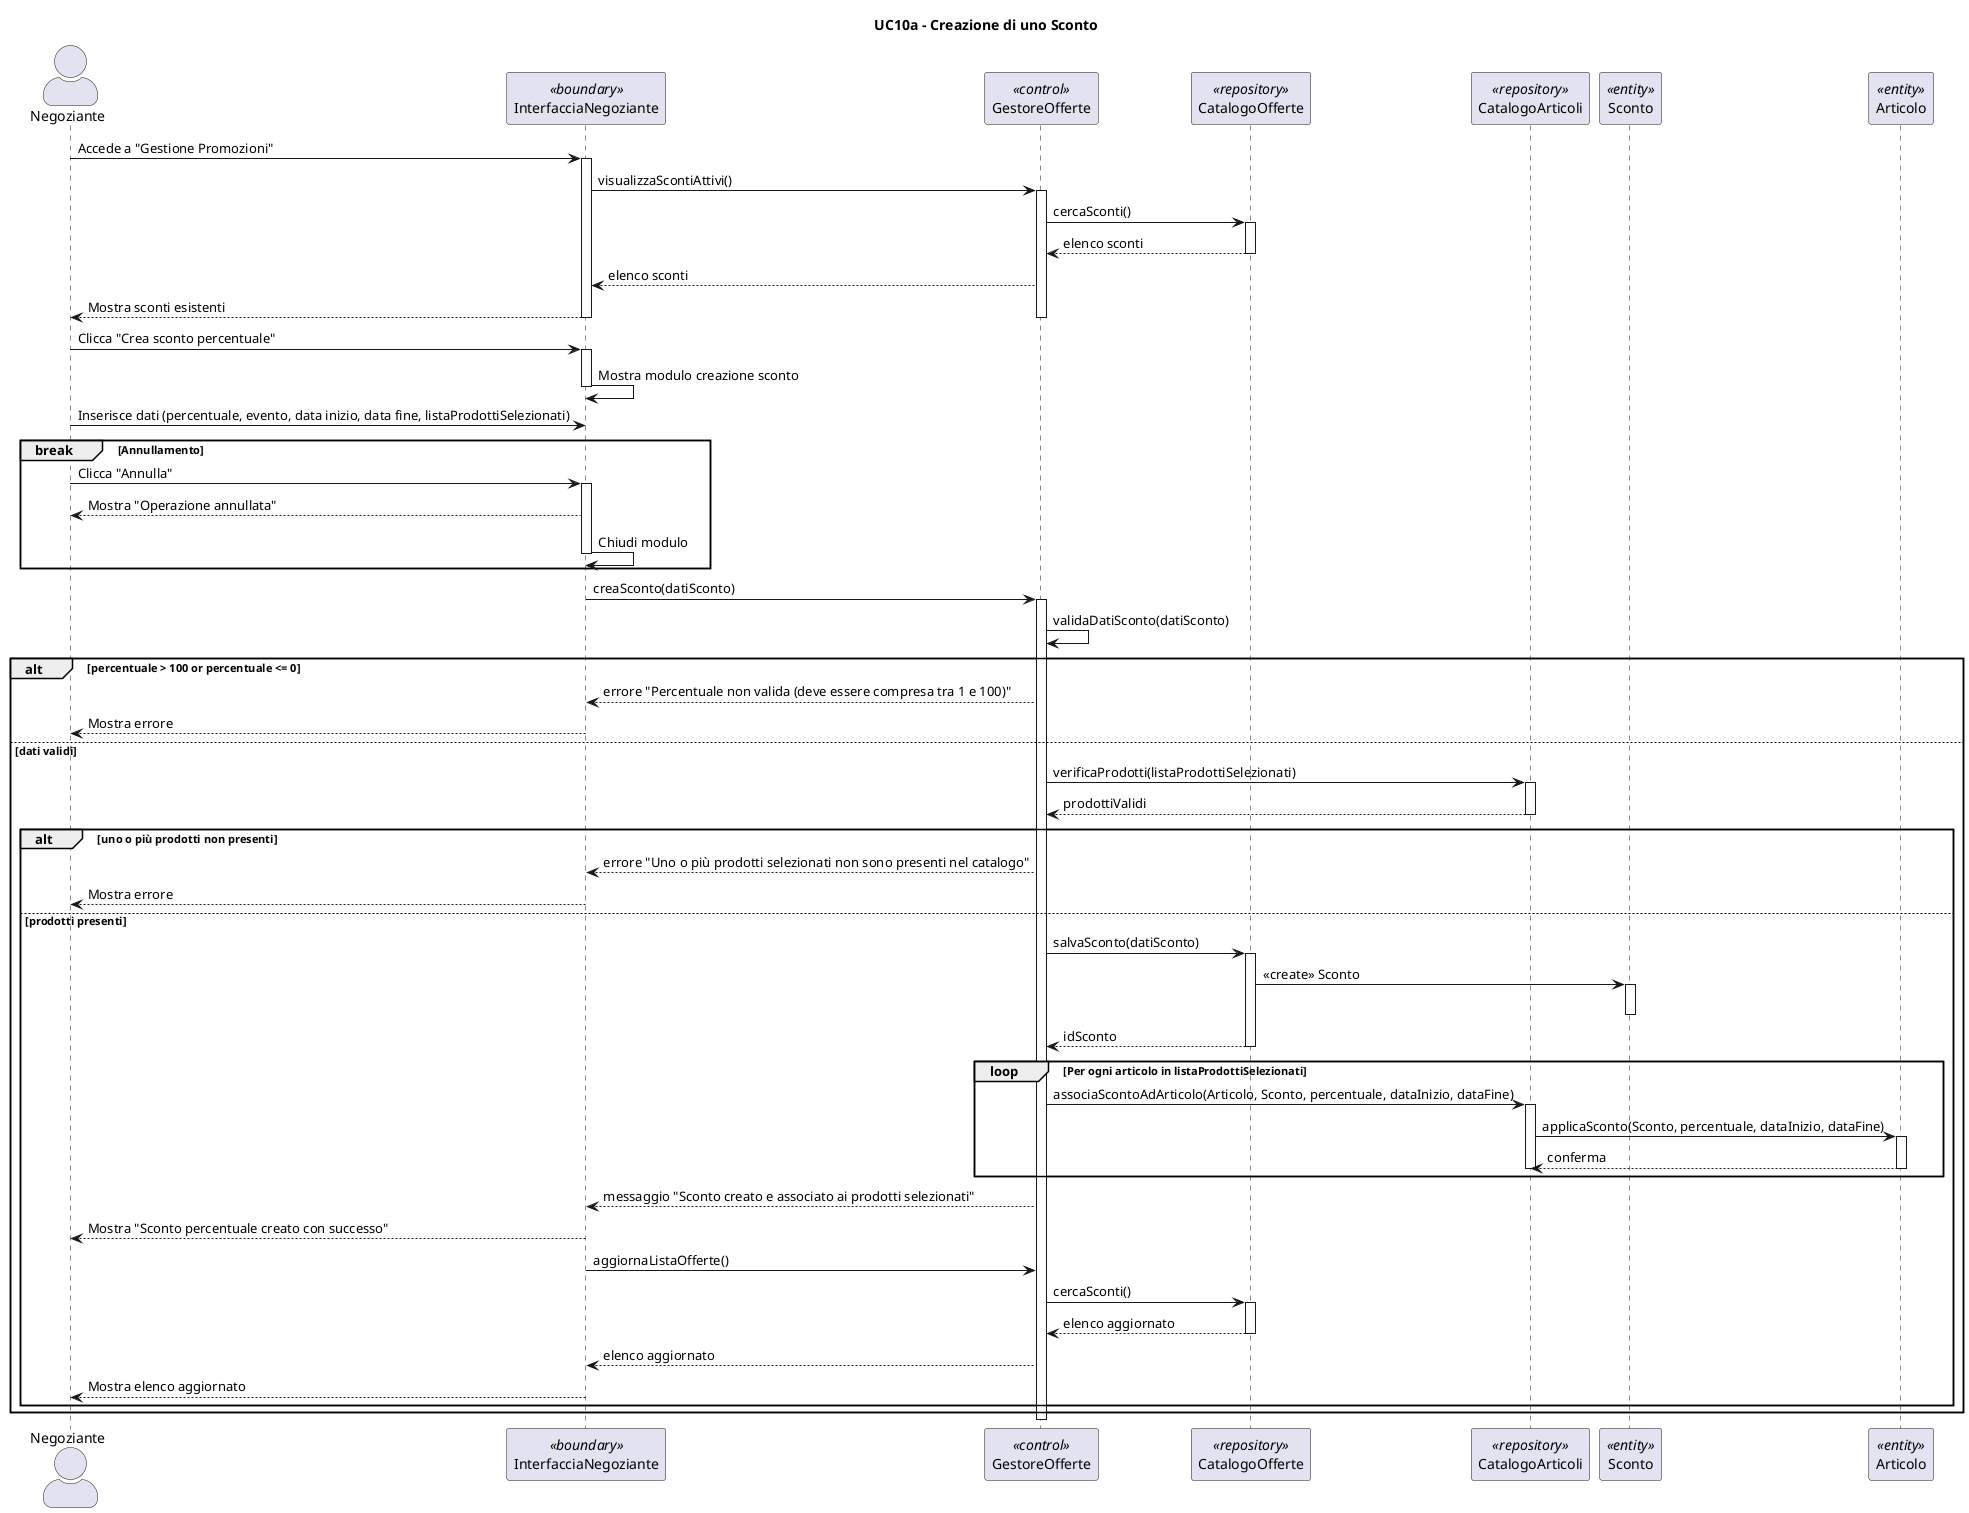
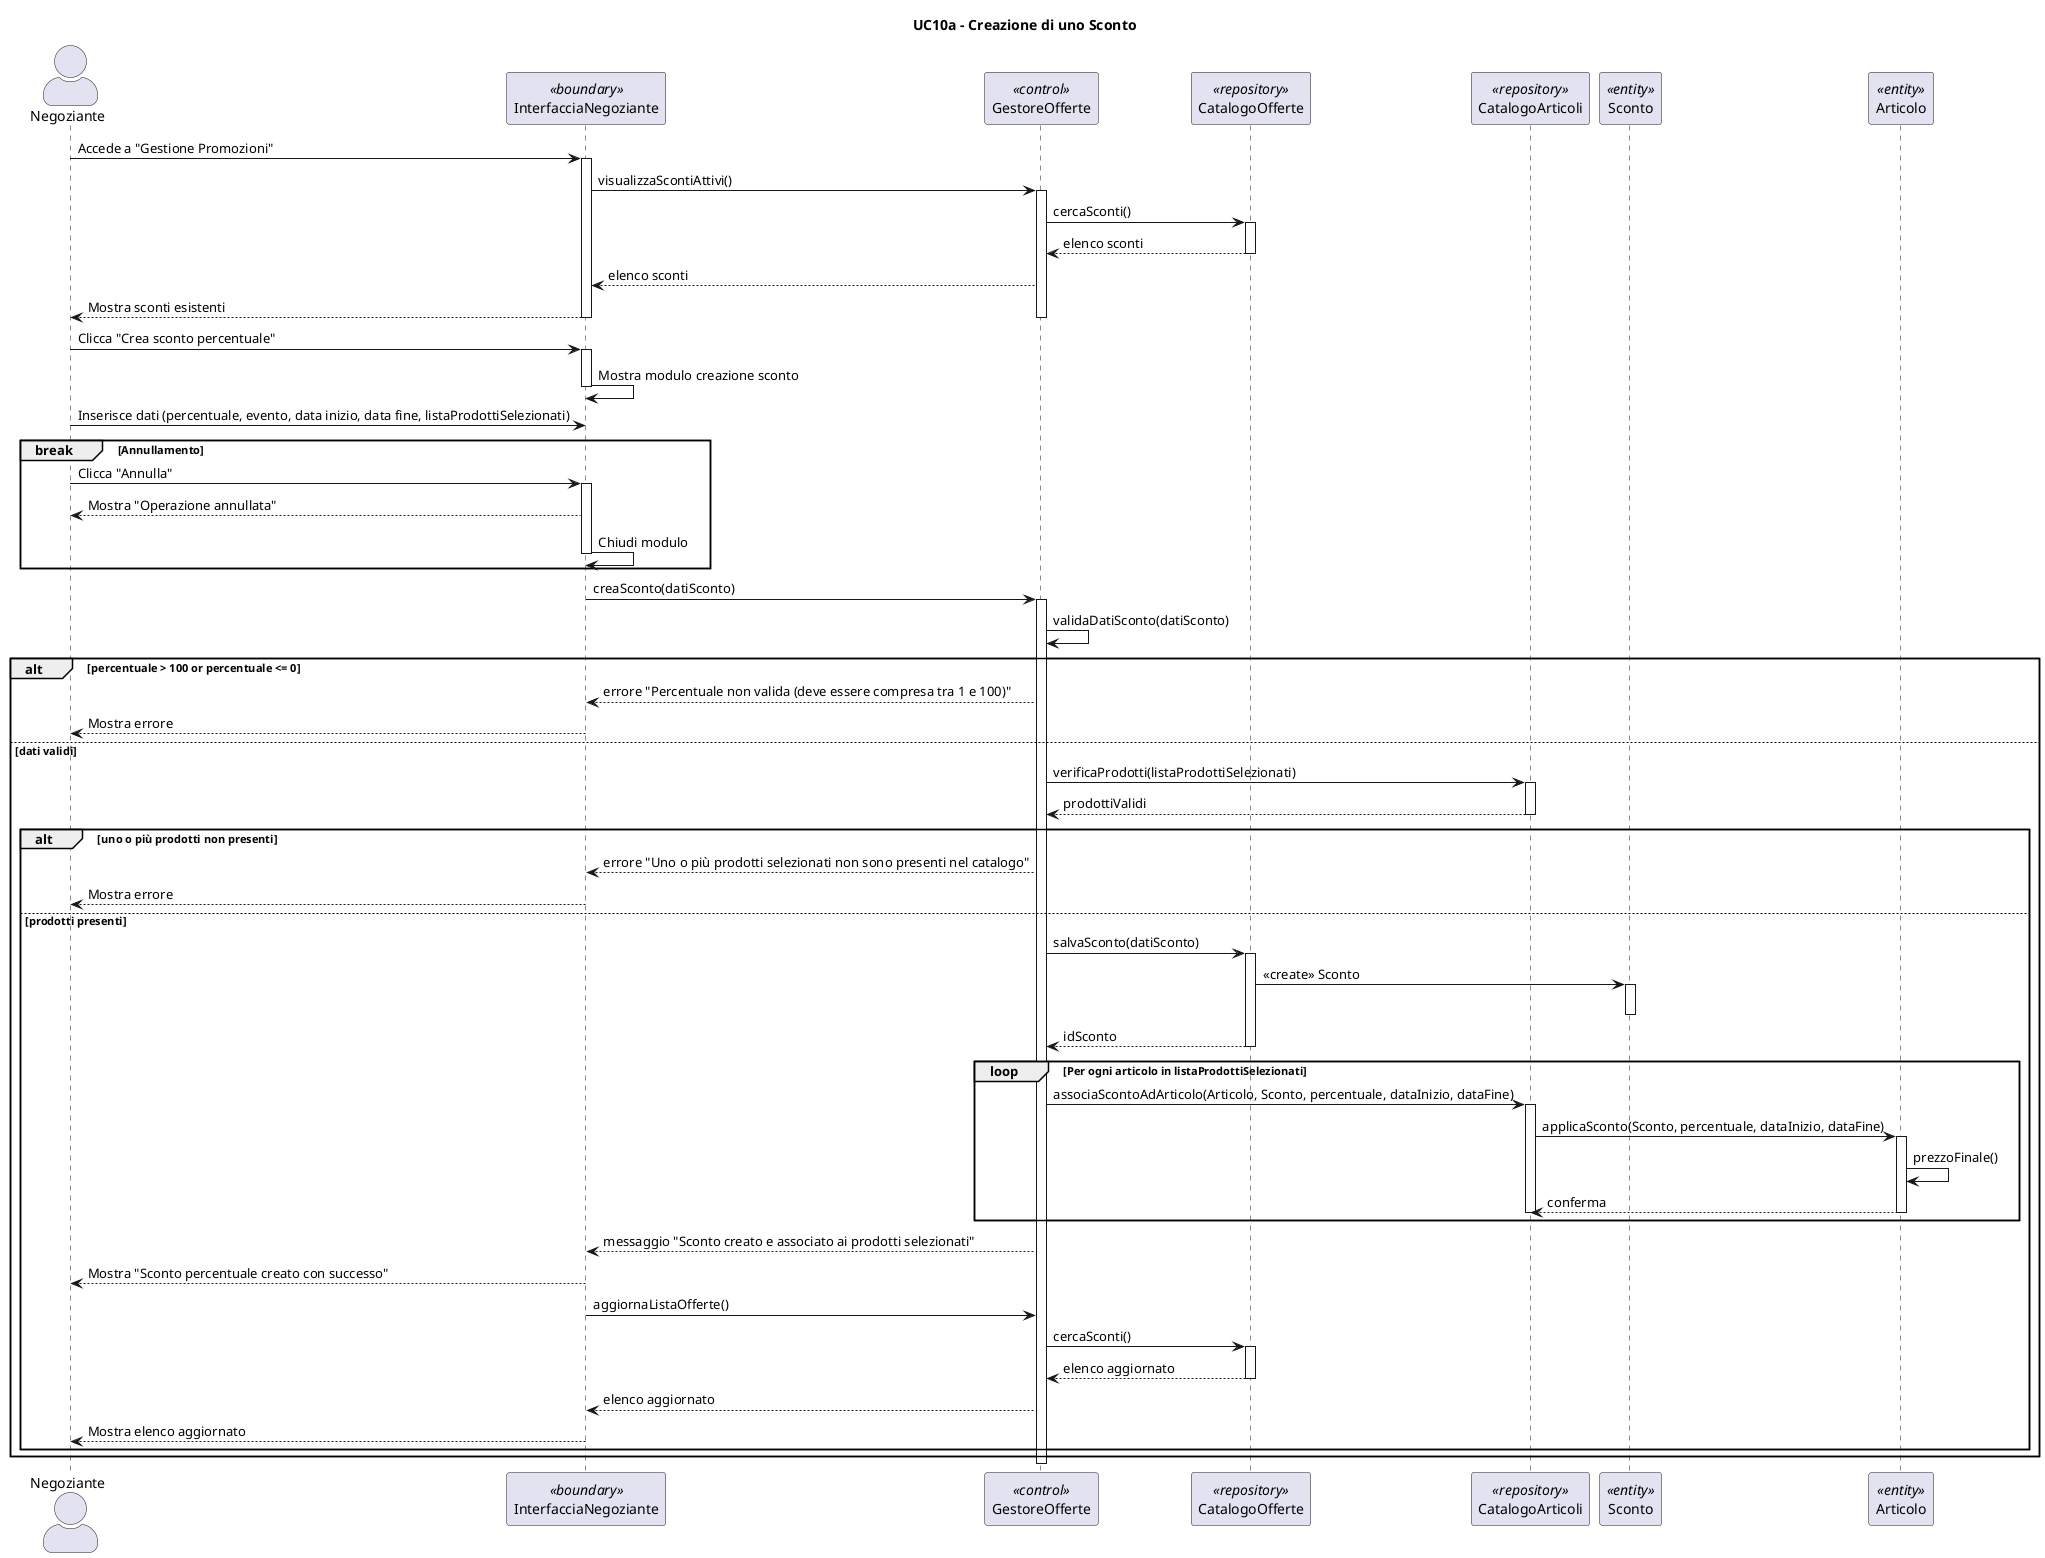
@startuml
title UC10a - Creazione di uno Sconto
skinparam actorStyle awesome

actor Negoziante as N
participant "InterfacciaNegoziante" as IN <<boundary>>
participant "GestoreOfferte" as G <<control>>
participant "CatalogoOfferte" as CS <<repository>>
participant "CatalogoArticoli" as CA <<repository>>
participant "Sconto" as Sconto <<entity>>
participant "Articolo" as Articolo <<entity>>

N -> IN: Accede a "Gestione Promozioni"
activate IN
IN -> G: visualizzaScontiAttivi()
activate G
G -> CS: cercaSconti()
activate CS
CS --> G: elenco sconti
deactivate CS
G --> IN: elenco sconti
IN --> N: Mostra sconti esistenti
deactivate G
deactivate IN

N -> IN: Clicca "Crea sconto percentuale"
activate IN
IN -> IN: Mostra modulo creazione sconto
deactivate IN
N -> IN: Inserisce dati (percentuale, evento, data inizio, data fine, listaProdottiSelezionati)

break Annullamento
    N -> IN: Clicca "Annulla"
    activate IN
    IN --> N: Mostra "Operazione annullata"
    IN -> IN: Chiudi modulo
    deactivate IN
end

activate IN
IN -> G: creaSconto(datiSconto)
activate G
G -> G: validaDatiSconto(datiSconto)

alt percentuale > 100 or percentuale <= 0
    G --> IN: errore "Percentuale non valida (deve essere compresa tra 1 e 100)"
    IN --> N: Mostra errore

else dati validi
    G -> CA: verificaProdotti(listaProdottiSelezionati)
    activate CA
    CA --> G: prodottiValidi
    deactivate CA

    alt uno o più prodotti non presenti
        G --> IN: errore "Uno o più prodotti selezionati non sono presenti nel catalogo"
        IN --> N: Mostra errore

    else prodotti presenti
        G -> CS: salvaSconto(datiSconto)
        activate CS
        CS -> Sconto: <<create>> Sconto
        activate Sconto
        deactivate Sconto
        CS --> G: idSconto
        deactivate CS

        loop Per ogni articolo in listaProdottiSelezionati
            G -> CA: associaScontoAdArticolo(Articolo, Sconto, percentuale, dataInizio, dataFine)
            activate CA
            CA -> Articolo: applicaSconto(Sconto, percentuale, dataInizio, dataFine)
            activate Articolo
+             Articolo -> Articolo: prezzoFinale()
            Articolo --> CA: conferma
            deactivate Articolo
            deactivate CA
        end

        G --> IN: messaggio "Sconto creato e associato ai prodotti selezionati"
        IN --> N: Mostra "Sconto percentuale creato con successo"

        IN -> G: aggiornaListaOfferte()
        G -> CS: cercaSconti()
        activate CS
        CS --> G: elenco aggiornato
        deactivate CS
        G --> IN: elenco aggiornato
        IN --> N: Mostra elenco aggiornato
    end
end

deactivate G
deactivate IN
@enduml